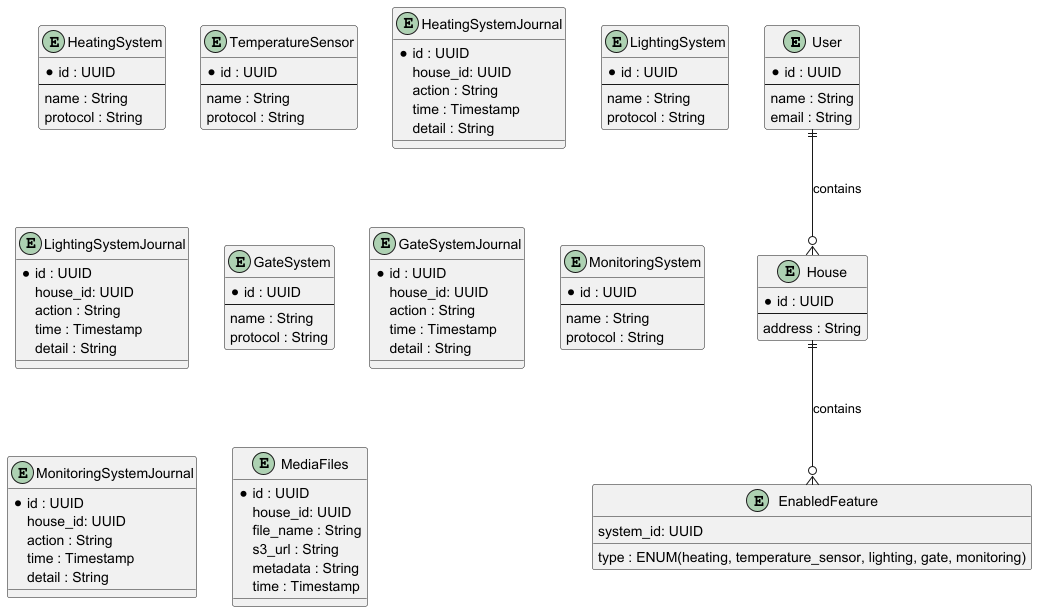
kihana/architecture-sprint-3 keeps this PlantUML diagram as diagrams/er/SmartHome.png. Above is the earlier version.
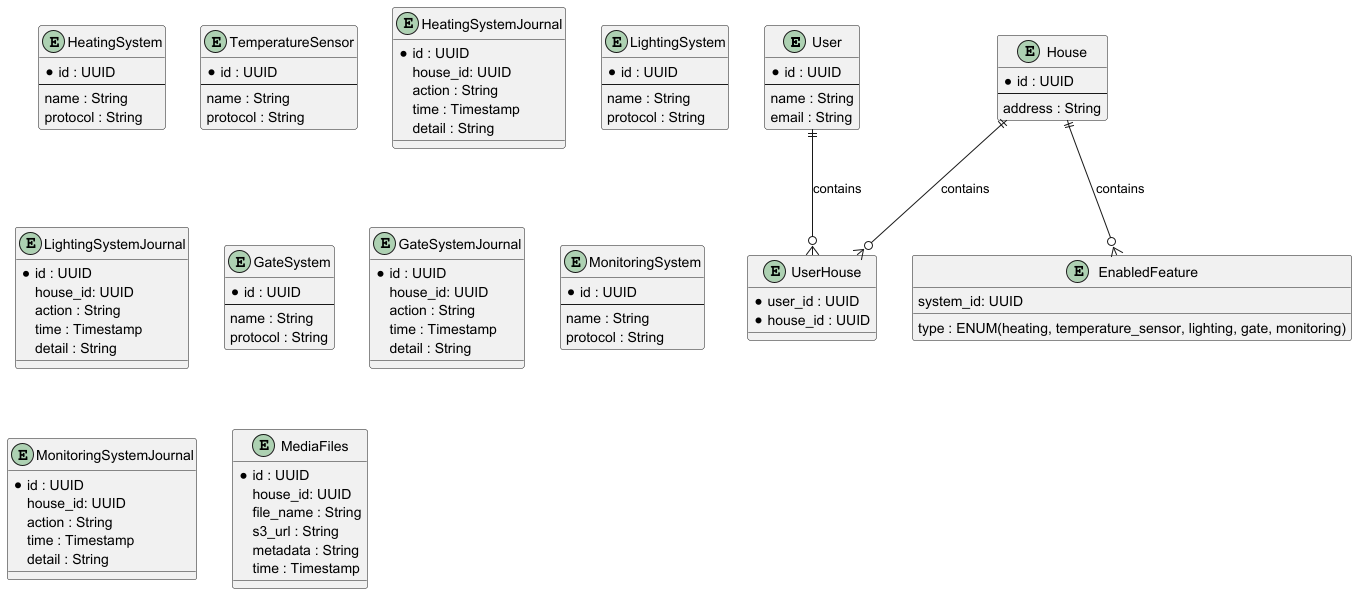
After the commit.

Commit message:
Updated relationship between User and House.

Change to the diagram source:
```diff
@@ -11,6 +11,11 @@
   *id : UUID
   --
   address : String
+}
+
+entity UserHouse {
+  *user_id : UUID
+  *house_id : UUID
 }
 
 entity EnabledFeature {
@@ -95,7 +100,8 @@
     time : Timestamp
 }
 
-User ||--o{ House : "contains"
+User ||--o{ UserHouse : "contains"
+House ||--o{ UserHouse : "contains"
 House ||--o{ EnabledFeature : "contains"
 
 @enduml
```
